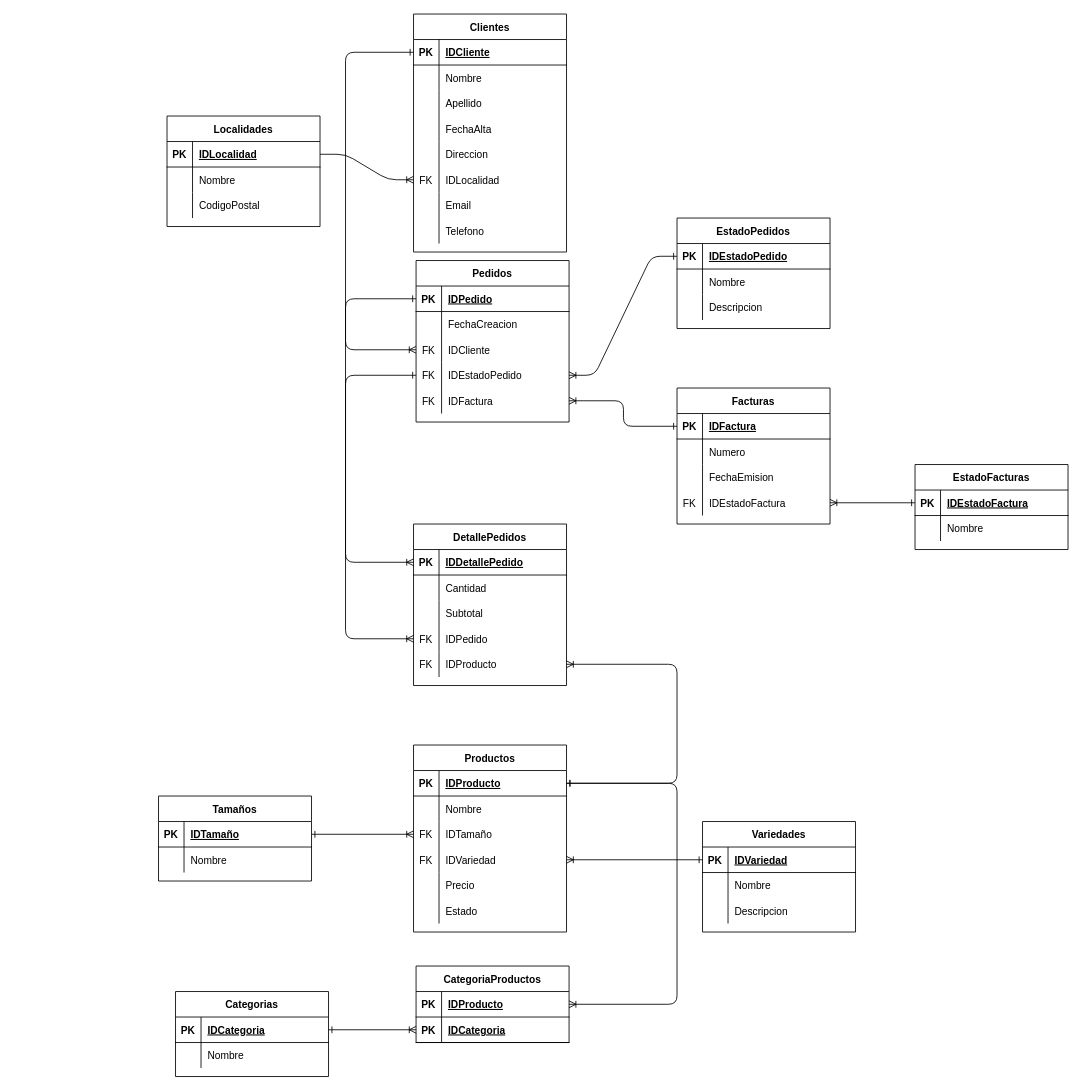
The draw.io diagram Delivery DER.drawio in RailGun15/laboratorio3-20202c, before the edit. Source tidied: cells renumbered, new cells numbered last; positions are measured from the earlier drawing's top-left corner, leaving out a move shared by most shapes. Both pictures are drawn from the tidied source at 85%, with x=0, y=0 at pixel (158, 14).
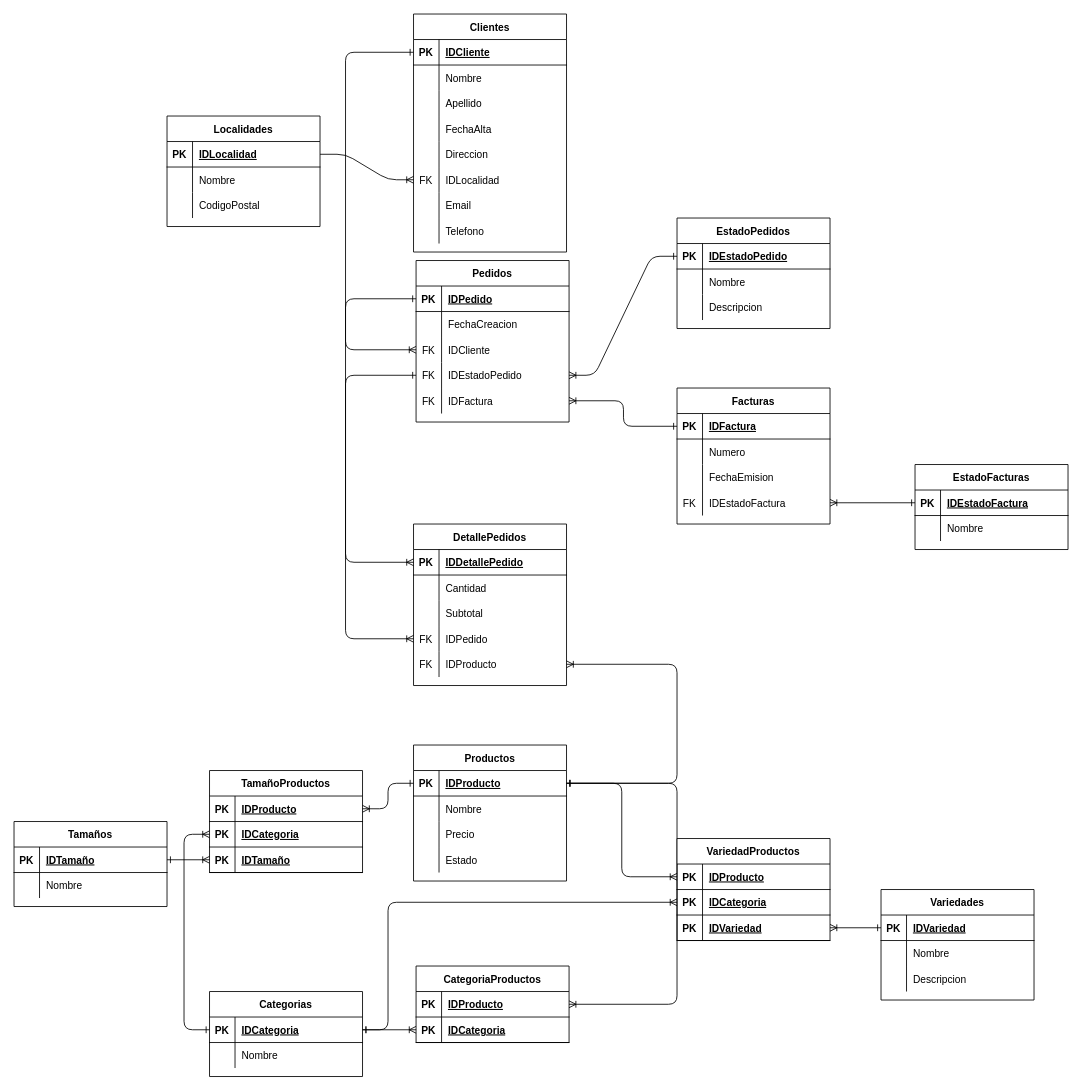
Above is the later version.

The change refers to these unchanged cells:
```xml
<mxCell id="60" style="shape=partialRectangle;fillColor=none;top=0;left=0;bottom=1;right=0;points=[[0,0.5],[1,0.5]];portConstraint=eastwest;" parent="59" vertex="1">
  <mxGeometry y="30" width="180" height="30" as="geometry" />
</mxCell>
<mxCell id="127" style="shape=partialRectangle;fillColor=none;top=0;left=0;bottom=1;right=0;points=[[0,0.5],[1,0.5]];portConstraint=eastwest;" parent="126" vertex="1">
  <mxGeometry y="30" width="180" height="30" as="geometry" />
</mxCell>
<mxCell id="134" style="shape=partialRectangle;fillColor=none;top=0;left=0;bottom=1;right=0;points=[[0,0.5],[1,0.5]];portConstraint=eastwest;" parent="133" vertex="1">
  <mxGeometry y="30" width="180" height="30" as="geometry" />
</mxCell>
<mxCell id="146" style="shape=partialRectangle;fillColor=none;top=0;left=0;bottom=1;right=0;points=[[0,0.5],[1,0.5]];portConstraint=eastwest;" parent="145" vertex="1">
  <mxGeometry y="30" width="180" height="30" as="geometry" />
</mxCell>
```

Diff of the diagram source:
```diff
@@
     <mxCell id="59" value="Productos" style="shape=table;startSize=30;childLayout=tableLayout;rowLines=0;fontStyle=1;align=center;" parent="1" vertex="1">
-      <mxGeometry x="300" y="860" width="180" height="220" as="geometry" />
+      <mxGeometry x="300" y="860" width="180" height="160" as="geometry" />
     </mxCell>
@@
-    <mxCell id="66" style="shape=partialRectangle;fillColor=none;top=0;left=0;bottom=0;right=0;points=[[0,0.5],[1,0.5]];portConstraint=eastwest;" parent="59" vertex="1">
-      <mxGeometry y="90" width="180" height="30" as="geometry" />
-    </mxCell>
-    <mxCell id="67" value="FK" style="shape=partialRectangle;fillColor=none;top=0;left=0;bottom=0;right=0;fontStyle=0;overflow=hidden;" parent="66" vertex="1">
-      <mxGeometry width="30" height="30" as="geometry" />
-    </mxCell>
-    <mxCell id="68" value="IDTamaño" style="shape=partialRectangle;fillColor=none;top=0;left=0;bottom=0;right=0;align=left;spacingLeft=6;fontStyle=0;overflow=hidden;" parent="66" vertex="1">
-      <mxGeometry x="30" width="150" height="30" as="geometry" />
-    </mxCell>
-    <mxCell id="69" style="shape=partialRectangle;fillColor=none;top=0;left=0;bottom=0;right=0;points=[[0,0.5],[1,0.5]];portConstraint=eastwest;" parent="59" vertex="1">
-      <mxGeometry y="120" width="180" height="30" as="geometry" />
-    </mxCell>
-    <mxCell id="70" value="FK" style="shape=partialRectangle;fillColor=none;top=0;left=0;bottom=0;right=0;fontStyle=0;overflow=hidden;" parent="69" vertex="1">
-      <mxGeometry width="30" height="30" as="geometry" />
-    </mxCell>
-    <mxCell id="71" value="IDVariedad" style="shape=partialRectangle;fillColor=none;top=0;left=0;bottom=0;right=0;align=left;spacingLeft=6;fontStyle=0;overflow=hidden;" parent="69" vertex="1">
-      <mxGeometry x="30" width="150" height="30" as="geometry" />
-    </mxCell>
     <mxCell id="72" style="shape=partialRectangle;fillColor=none;top=0;left=0;bottom=0;right=0;" parent="59" vertex="1">
-      <mxGeometry y="150" width="180" height="30" as="geometry" />
+      <mxGeometry y="90" width="180" height="30" as="geometry" />
     </mxCell>
@@
     <mxCell id="75" style="shape=partialRectangle;fillColor=none;top=0;left=0;bottom=0;right=0;" parent="59" vertex="1">
-      <mxGeometry y="180" width="180" height="30" as="geometry" />
+      <mxGeometry y="120" width="180" height="30" as="geometry" />
     </mxCell>
@@
     <mxCell id="126" value="Tamaños" style="shape=table;startSize=30;childLayout=tableLayout;rowLines=0;fontStyle=1;align=center;" parent="1" vertex="1">
-      <mxGeometry y="920" width="180" height="100" as="geometry" />
+      <mxGeometry x="-170" y="950" width="180" height="100" as="geometry" />
     </mxCell>
@@
     <mxCell id="133" value="Variedades" style="shape=table;startSize=30;childLayout=tableLayout;rowLines=0;fontStyle=1;align=center;" parent="1" vertex="1">
-      <mxGeometry x="640" y="950" width="180" height="130" as="geometry" />
+      <mxGeometry x="850" y="1030" width="180" height="130" as="geometry" />
     </mxCell>
@@
-    <mxCell id="143" style="fontSize=12;html=1;endArrow=ERone;entryX=0;entryY=0.5;entryDx=0;entryDy=0;startArrow=ERoneToMany;startFill=0;endFill=0;exitX=1;exitY=0.5;exitDx=0;exitDy=0;" parent="1" edge="1" source="69" target="134">
+    <mxCell id="143" style="fontSize=12;html=1;endArrow=ERone;entryX=0;entryY=0.5;entryDx=0;entryDy=0;startArrow=ERoneToMany;startFill=0;endFill=0;exitX=1;exitY=0.5;exitDx=0;exitDy=0;" parent="1" edge="1" source="177" target="134">
       <mxGeometry relative="1" as="geometry" />
     </mxCell>
-    <mxCell id="144" style="fontSize=12;html=1;endArrow=ERone;startArrow=ERoneToMany;startFill=0;endFill=0;exitX=0;exitY=0.5;exitDx=0;exitDy=0;entryX=1;entryY=0.5;entryDx=0;entryDy=0;" parent="1" edge="1" source="66" target="127">
+    <mxCell id="144" style="fontSize=12;html=1;endArrow=ERone;startArrow=ERoneToMany;startFill=0;endFill=0;exitX=0;exitY=0.5;exitDx=0;exitDy=0;entryX=1;entryY=0.5;entryDx=0;entryDy=0;" parent="1" edge="1" source="168" target="127">
       <mxGeometry relative="1" as="geometry" />
     </mxCell>
     <mxCell id="145" value="Categorias" style="shape=table;startSize=30;childLayout=tableLayout;rowLines=0;fontStyle=1;align=center;" parent="1" vertex="1">
-      <mxGeometry x="20" y="1150" width="180" height="100" as="geometry" />
+      <mxGeometry x="60" y="1150" width="180" height="100" as="geometry" />
     </mxCell>
@@
+    <mxCell id="161" value="TamañoProductos" style="shape=table;startSize=30;childLayout=tableLayout;rowLines=0;fontStyle=1;align=center;" parent="1" vertex="1">
+      <mxGeometry x="60" y="890" width="180" height="120" as="geometry" />
+    </mxCell>
+    <mxCell id="162" style="shape=partialRectangle;fillColor=none;top=0;left=0;bottom=1;right=0;points=[[0,0.5],[1,0.5]];portConstraint=eastwest;" parent="161" vertex="1">
+      <mxGeometry y="30" width="180" height="30" as="geometry" />
+    </mxCell>
+    <mxCell id="163" value="PK" style="shape=partialRectangle;fillColor=none;top=0;left=0;bottom=0;right=0;fontStyle=1;overflow=hidden;" parent="162" vertex="1">
+      <mxGeometry width="30" height="30" as="geometry" />
+    </mxCell>
+    <mxCell id="164" value="IDProducto" style="shape=partialRectangle;fillColor=none;top=0;left=0;bottom=0;right=0;align=left;spacingLeft=6;fontStyle=5;overflow=hidden;" parent="162" vertex="1">
+      <mxGeometry x="30" width="150" height="30" as="geometry" />
+    </mxCell>
+    <mxCell id="165" style="shape=partialRectangle;fillColor=none;top=0;left=0;bottom=1;right=0;points=[[0,0.5],[1,0.5]];portConstraint=eastwest;" parent="161" vertex="1">
+      <mxGeometry y="60" width="180" height="30" as="geometry" />
+    </mxCell>
+    <mxCell id="166" value="PK" style="shape=partialRectangle;fillColor=none;top=0;left=0;bottom=0;right=0;fontStyle=1;overflow=hidden;" parent="165" vertex="1">
+      <mxGeometry width="30" height="30" as="geometry" />
+    </mxCell>
+    <mxCell id="167" value="IDCategoria" style="shape=partialRectangle;fillColor=none;top=0;left=0;bottom=0;right=0;align=left;spacingLeft=6;fontStyle=5;overflow=hidden;" parent="165" vertex="1">
+      <mxGeometry x="30" width="150" height="30" as="geometry" />
+    </mxCell>
+    <mxCell id="168" style="shape=partialRectangle;fillColor=none;top=0;left=0;bottom=1;right=0;points=[[0,0.5],[1,0.5]];portConstraint=eastwest;" parent="161" vertex="1">
+      <mxGeometry y="90" width="180" height="30" as="geometry" />
+    </mxCell>
+    <mxCell id="169" value="PK" style="shape=partialRectangle;fillColor=none;top=0;left=0;bottom=0;right=0;fontStyle=1;overflow=hidden;" parent="168" vertex="1">
+      <mxGeometry width="30" height="30" as="geometry" />
+    </mxCell>
+    <mxCell id="68" value="IDTamaño" style="shape=partialRectangle;fillColor=none;top=0;left=0;bottom=0;right=0;align=left;spacingLeft=6;fontStyle=5;overflow=hidden;" parent="168" vertex="1">
+      <mxGeometry x="30" width="150" height="30" as="geometry" />
+    </mxCell>
+    <mxCell id="170" value="VariedadProductos" style="shape=table;startSize=30;childLayout=tableLayout;rowLines=0;fontStyle=1;align=center;" parent="1" vertex="1">
+      <mxGeometry x="610" y="970" width="180" height="120" as="geometry" />
+    </mxCell>
+    <mxCell id="171" style="shape=partialRectangle;fillColor=none;top=0;left=0;bottom=1;right=0;points=[[0,0.5],[1,0.5]];portConstraint=eastwest;" parent="170" vertex="1">
+      <mxGeometry y="30" width="180" height="30" as="geometry" />
+    </mxCell>
+    <mxCell id="172" value="PK" style="shape=partialRectangle;fillColor=none;top=0;left=0;bottom=0;right=0;fontStyle=1;overflow=hidden;" parent="171" vertex="1">
+      <mxGeometry width="30" height="30" as="geometry" />
+    </mxCell>
+    <mxCell id="173" value="IDProducto" style="shape=partialRectangle;fillColor=none;top=0;left=0;bottom=0;right=0;align=left;spacingLeft=6;fontStyle=5;overflow=hidden;" parent="171" vertex="1">
+      <mxGeometry x="30" width="150" height="30" as="geometry" />
+    </mxCell>
+    <mxCell id="174" style="shape=partialRectangle;fillColor=none;top=0;left=0;bottom=1;right=0;points=[[0,0.5],[1,0.5]];portConstraint=eastwest;" parent="170" vertex="1">
+      <mxGeometry y="60" width="180" height="30" as="geometry" />
+    </mxCell>
+    <mxCell id="175" value="PK" style="shape=partialRectangle;fillColor=none;top=0;left=0;bottom=0;right=0;fontStyle=1;overflow=hidden;" parent="174" vertex="1">
+      <mxGeometry width="30" height="30" as="geometry" />
+    </mxCell>
+    <mxCell id="176" value="IDCategoria" style="shape=partialRectangle;fillColor=none;top=0;left=0;bottom=0;right=0;align=left;spacingLeft=6;fontStyle=5;overflow=hidden;" parent="174" vertex="1">
+      <mxGeometry x="30" width="150" height="30" as="geometry" />
+    </mxCell>
+    <mxCell id="177" style="shape=partialRectangle;fillColor=none;top=0;left=0;bottom=1;right=0;points=[[0,0.5],[1,0.5]];portConstraint=eastwest;" parent="170" vertex="1">
+      <mxGeometry y="90" width="180" height="30" as="geometry" />
+    </mxCell>
+    <mxCell id="178" value="PK" style="shape=partialRectangle;fillColor=none;top=0;left=0;bottom=0;right=0;fontStyle=1;overflow=hidden;" parent="177" vertex="1">
+      <mxGeometry width="30" height="30" as="geometry" />
+    </mxCell>
+    <mxCell id="71" value="IDVariedad" style="shape=partialRectangle;fillColor=none;top=0;left=0;bottom=0;right=0;align=left;spacingLeft=6;fontStyle=5;overflow=hidden;" parent="177" vertex="1">
+      <mxGeometry x="30" width="150" height="30" as="geometry" />
+    </mxCell>
+    <mxCell id="179" style="fontSize=12;html=1;endArrow=ERone;startArrow=ERoneToMany;startFill=0;endFill=0;entryX=0;entryY=0.5;entryDx=0;entryDy=0;exitX=1;exitY=0.5;exitDx=0;exitDy=0;edgeStyle=orthogonalEdgeStyle;" parent="1" edge="1" source="162" target="60">
+      <mxGeometry relative="1" as="geometry" />
+    </mxCell>
+    <mxCell id="180" style="fontSize=12;html=1;endArrow=ERone;startArrow=ERoneToMany;startFill=0;endFill=0;entryX=1;entryY=0.5;entryDx=0;entryDy=0;exitX=0;exitY=0.5;exitDx=0;exitDy=0;edgeStyle=orthogonalEdgeStyle;" parent="1" edge="1" source="171" target="60">
+      <mxGeometry relative="1" as="geometry" />
+    </mxCell>
+    <mxCell id="181" style="fontSize=12;html=1;endArrow=ERone;startArrow=ERoneToMany;startFill=0;endFill=0;exitX=0;exitY=0.5;exitDx=0;exitDy=0;entryX=0;entryY=0.5;entryDx=0;entryDy=0;edgeStyle=elbowEdgeStyle;" parent="1" edge="1" source="165" target="146">
+      <mxGeometry relative="1" as="geometry">
+        <Array as="points">
+          <mxPoint x="30" y="1080" />
+        </Array>
+      </mxGeometry>
+    </mxCell>
+    <mxCell id="182" style="fontSize=12;html=1;endArrow=ERone;startArrow=ERoneToMany;startFill=0;endFill=0;entryX=1;entryY=0.5;entryDx=0;entryDy=0;edgeStyle=elbowEdgeStyle;exitX=0;exitY=0.5;exitDx=0;exitDy=0;" parent="1" edge="1" source="174" target="146">
+      <mxGeometry relative="1" as="geometry">
+        <Array as="points">
+          <mxPoint x="270" y="1090" />
+        </Array>
+      </mxGeometry>
+    </mxCell>
```
